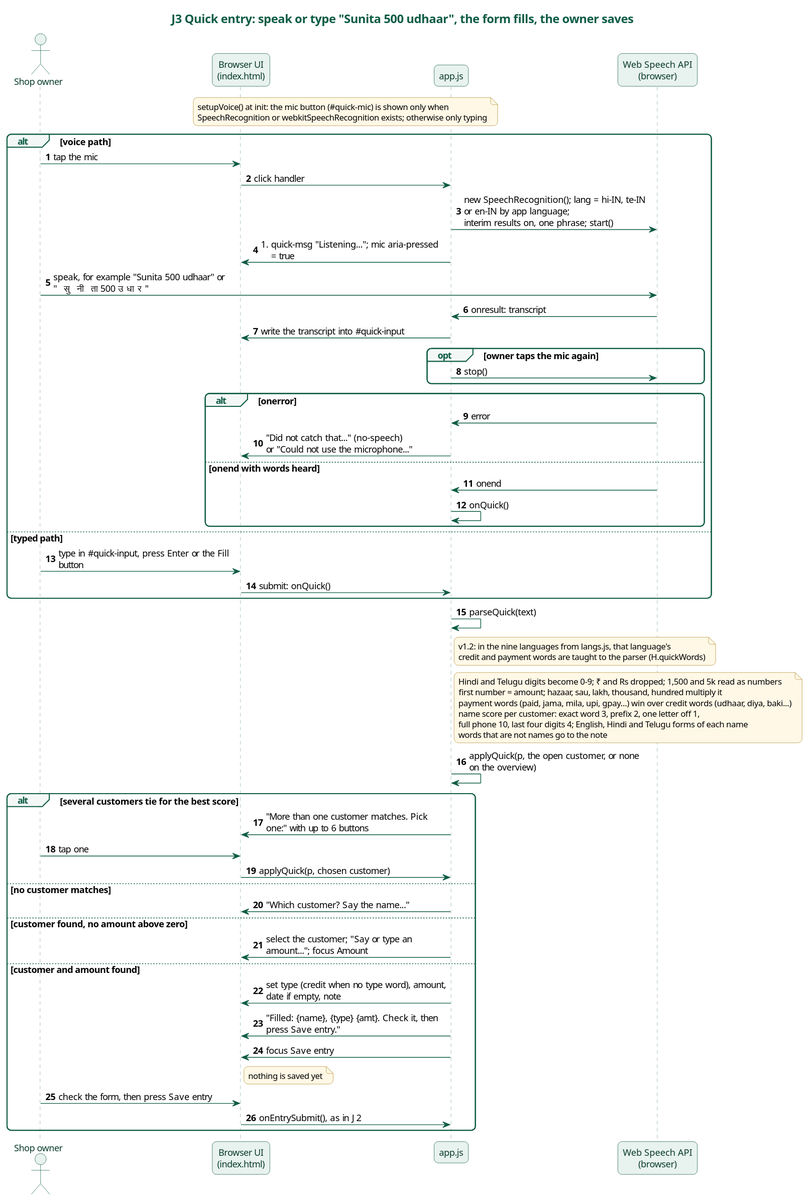
This is docs/diagrams/j3-quick-entry-voice.svg from karwasanjay007/hisaab-docs, a PlantUML export, as it was before one commit.
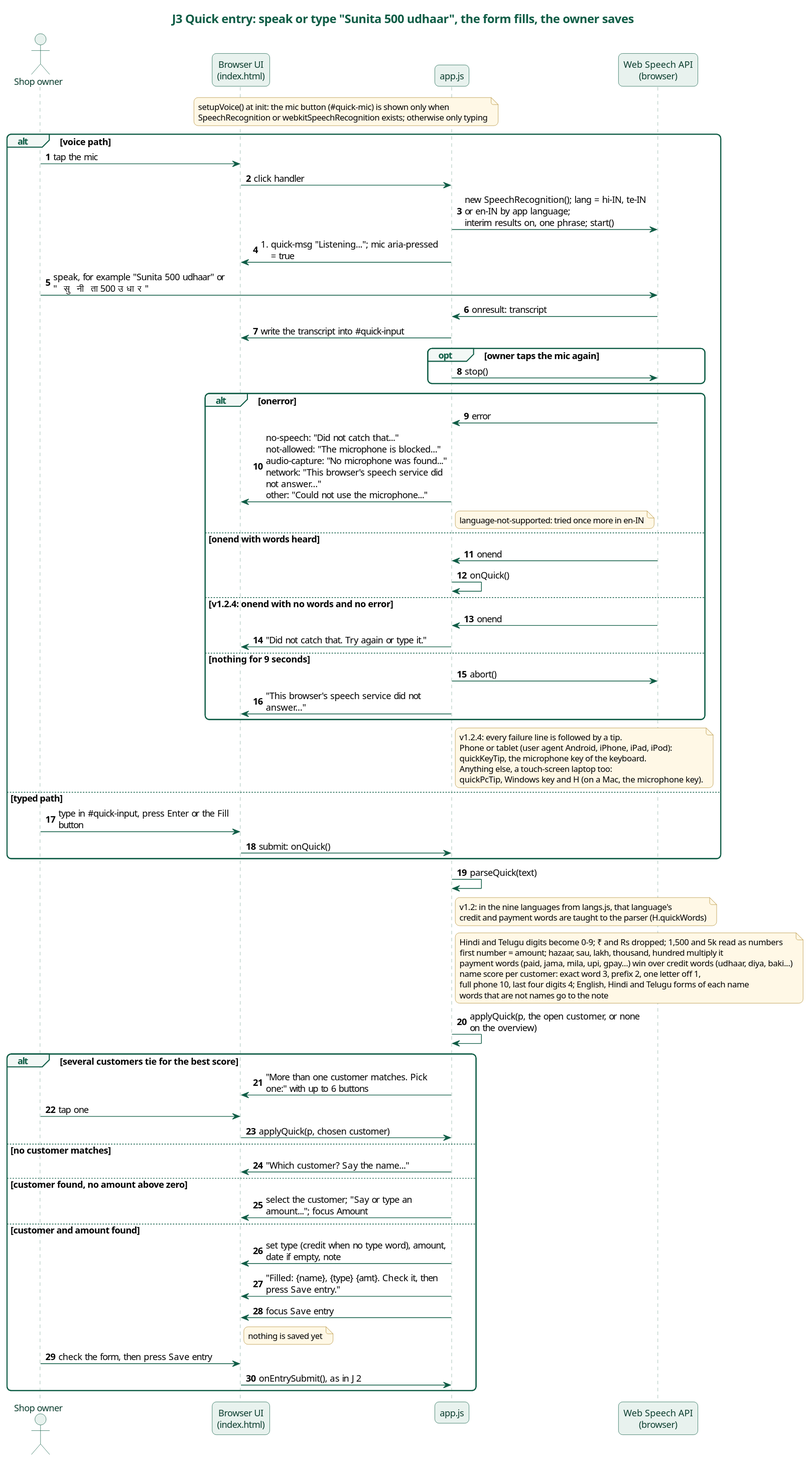
After the commit.

The edit, as a diff of the source:
```diff
@@ -56,11 +56,25 @@
   end
   alt onerror
     SR -> App : error
-    App -> UI : "Did not catch that..." (no-speech)\nor "Could not use the microphone..."
+    App -> UI : no-speech: "Did not catch that..."\nnot-allowed: "The microphone is blocked..."\naudio-capture: "No microphone was found..."\nnetwork: "This browser's speech service did not answer..."\nother: "Could not use the microphone..."
+    note right of App : language-not-supported: tried once more in en-IN
   else onend with words heard
     SR -> App : onend
     App -> App : onQuick()
+  else v1.2.4: onend with no words and no error
+    SR -> App : onend
+    App -> UI : "Did not catch that. Try again or type it."
+  else nothing for 9 seconds
+    App -> SR : abort()
+    App -> UI : "This browser's speech service did not answer..."
   end
+  note right of App
+    v1.2.4: every failure line is followed by a tip.
+    Phone or tablet (user agent Android, iPhone, iPad, iPod):
+    quickKeyTip, the microphone key of the keyboard.
+    Anything else, a touch-screen laptop too:
+    quickPcTip, Windows key and H (on a Mac, the microphone key).
+  end note
 else typed path
   Owner -> UI : type in #quick-input, press Enter or the Fill button
   UI -> App : submit: onQuick()
```
